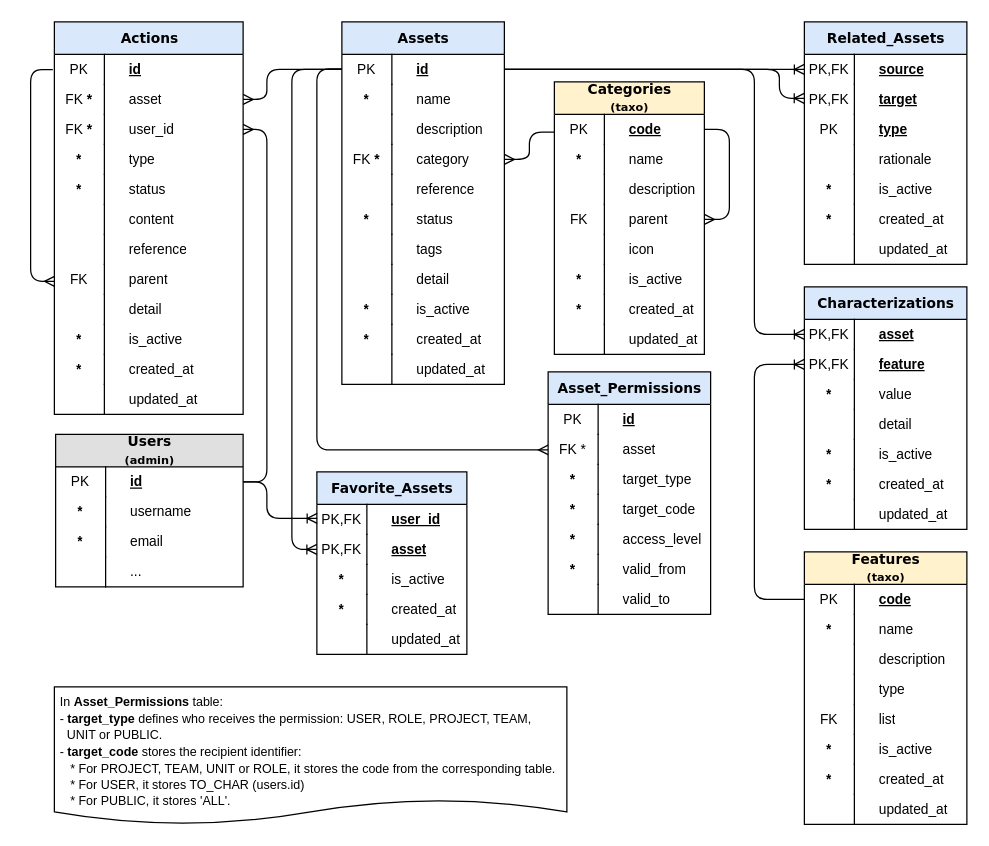
This is page "lib" (5 of 8) of docs/models.drawio from abc-flex/synapxia, a draw.io file, before an edit. Source tidied: cells renumbered, new cells numbered last; positions are measured from the earlier drawing's top-left corner, leaving out a move shared by most shapes. Both pictures are drawn from the tidied source at 125%, with x=0, y=0 at pixel (30, 21).
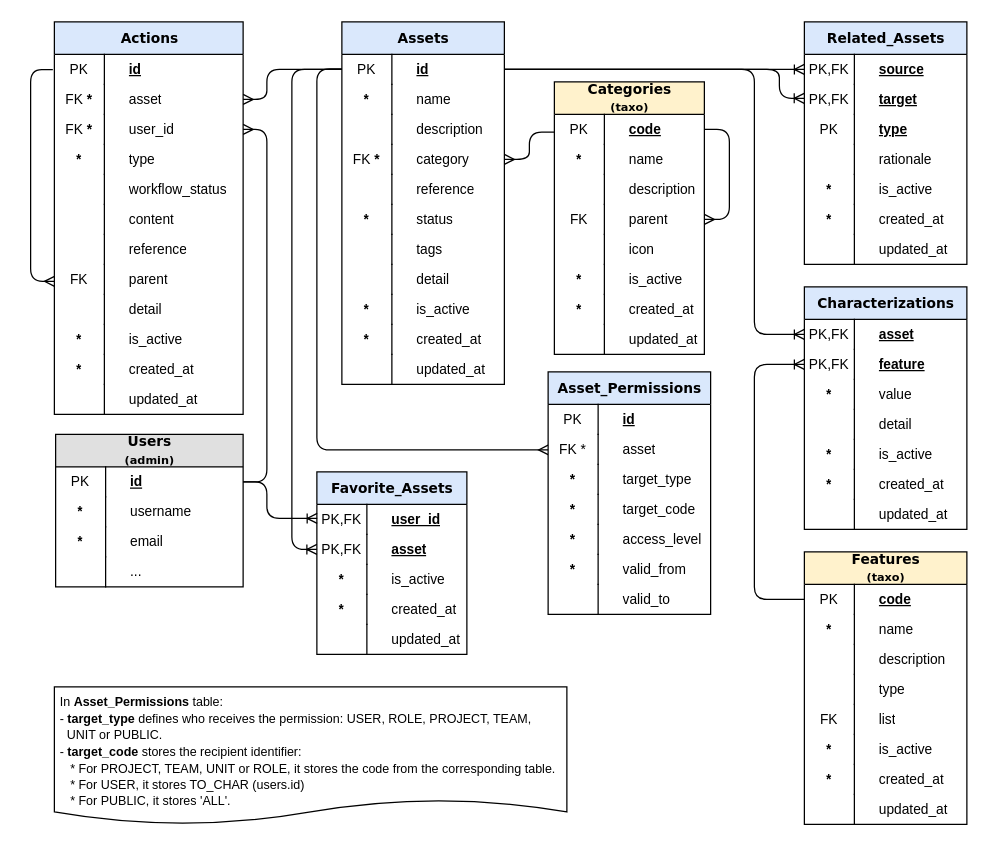
The same diagram, later.

The change refers to these unchanged cells:
```xml
<mxCell id="43" value="&lt;font&gt;Actions&lt;/font&gt;" style="swimlane;html=1;fontStyle=1;horizontal=1;startSize=26;fillColor=#DAE8FC;swimlaneFillColor=#ffffff;align=center;rounded=0;shadow=0;comic=0;labelBackgroundColor=none;strokeWidth=1;fontFamily=Verdana;fontSize=11;spacing=0;" parent="1" vertex="1">
  <mxGeometry x="19" width="151" height="314" as="geometry" />
</mxCell>
```

What changed in the source:
```diff
@@
-    <mxCell id="52" value="status" style="shape=partialRectangle;top=0;left=0;right=0;bottom=0;html=1;align=left;verticalAlign=middle;fillColor=none;spacingLeft=60;spacingRight=4;whiteSpace=wrap;overflow=hidden;fontStyle=0;fontSize=11;spacing=0;" parent="43" vertex="1">
+    <mxCell id="52" value="workflow_status" style="shape=partialRectangle;top=0;left=0;right=0;bottom=0;html=1;align=left;verticalAlign=middle;fillColor=none;spacingLeft=60;spacingRight=4;whiteSpace=wrap;overflow=hidden;fontStyle=0;fontSize=11;spacing=0;" parent="43" vertex="1">
       <mxGeometry y="122" width="151" height="24" as="geometry" />
     </mxCell>
-    <mxCell id="53" value="&lt;b&gt;*&lt;/b&gt;" style="shape=partialRectangle;fontStyle=0;top=0;left=0;bottom=0;html=1;fillColor=none;align=center;verticalAlign=middle;spacingLeft=4;spacingRight=4;whiteSpace=wrap;overflow=hidden;fontSize=11;spacing=0;" parent="52" vertex="1">
+    <mxCell id="53" style="shape=partialRectangle;fontStyle=0;top=0;left=0;bottom=0;html=1;fillColor=none;align=center;verticalAlign=middle;spacingLeft=4;spacingRight=4;whiteSpace=wrap;overflow=hidden;fontSize=11;spacing=0;" parent="52" vertex="1">
       <mxGeometry width="40" height="24" as="geometry" />
     </mxCell>
```
